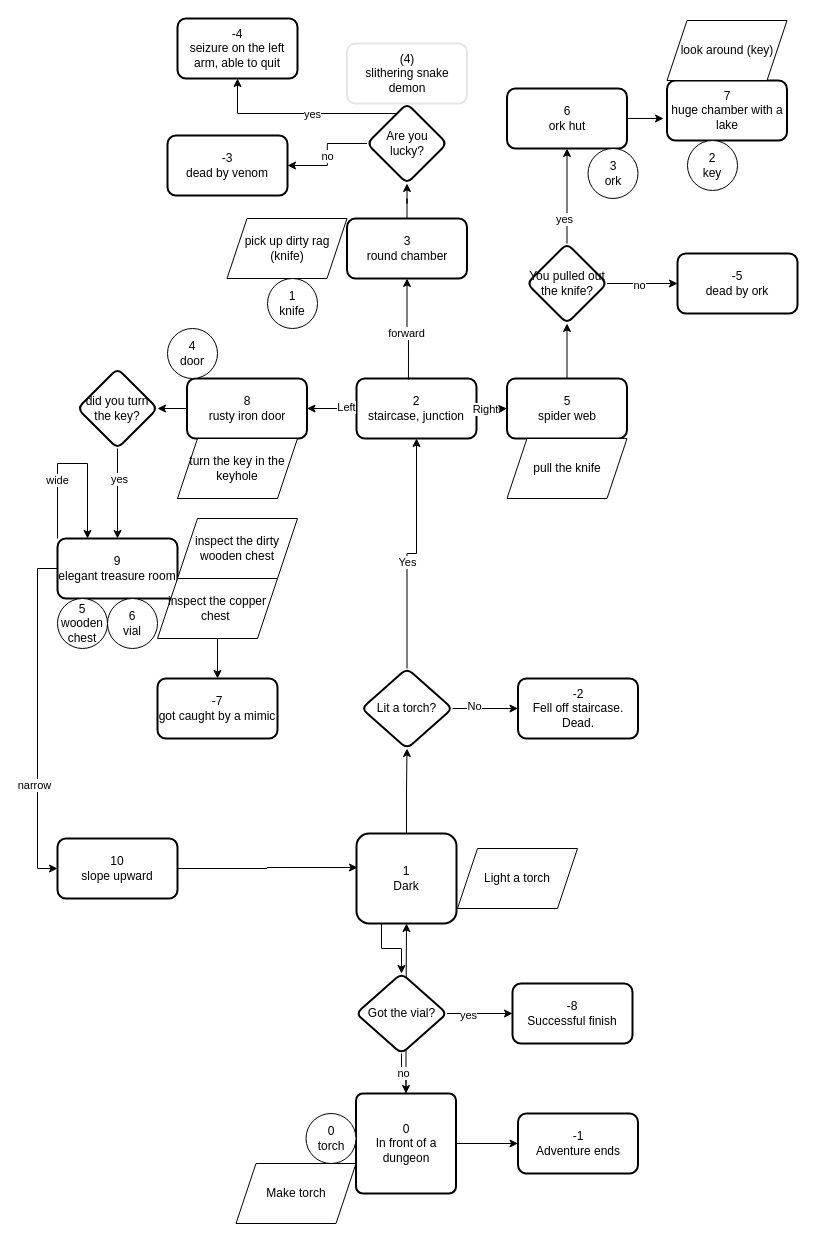
Earlier version of the draw.io diagram page "dungeon flow" (2 of 2) of docs/adventure_engine.drawio (iviczl/adventure). Source tidied: cells renumbered, new cells numbered last; positions are measured from the earlier drawing's top-left corner, leaving out a move shared by most shapes. Both pictures are drawn from the tidied source at 100%, with x=0, y=0 at pixel (57, 18).
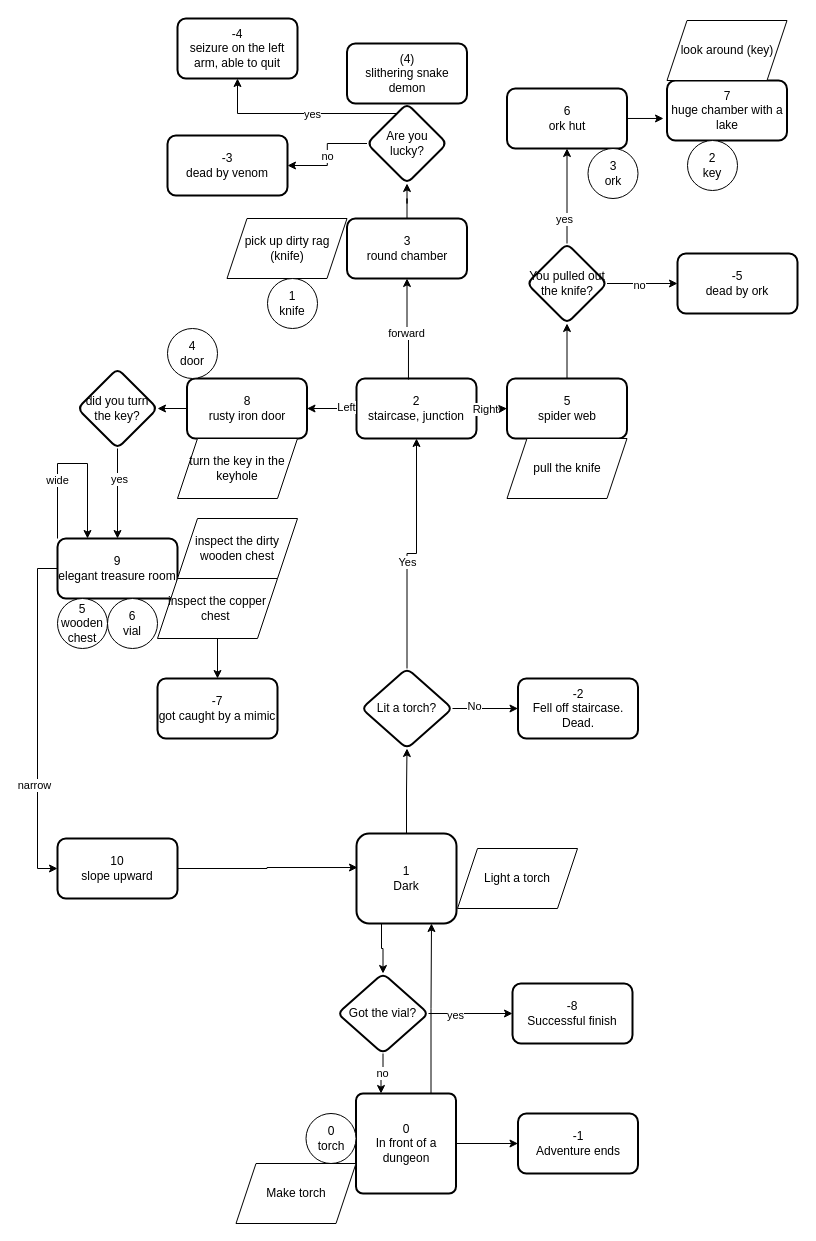
Above is the later version.

Unchanged cells that the change refers to:
```xml
<mxCell id="2" value="0&lt;br&gt;In front of a dungeon" style="rounded=1;whiteSpace=wrap;html=1;absoluteArcSize=1;arcSize=14;strokeWidth=2;" parent="1" vertex="1">
  <mxGeometry x="298.5" y="1075" width="100" height="100" as="geometry" />
</mxCell>
<mxCell id="8" value="1&lt;br&gt;Dark" style="whiteSpace=wrap;html=1;rounded=1;arcSize=14;strokeWidth=2;" parent="1" vertex="1">
  <mxGeometry x="299" y="815" width="100" height="90" as="geometry" />
</mxCell>
```

The edit, as a diff of the source:
```diff
@@
-    <mxCell id="4" style="edgeStyle=orthogonalEdgeStyle;rounded=0;jettySize=auto;html=1;exitX=0.5;exitY=0;exitDx=0;exitDy=0;" parent="1" edge="1" source="2" target="8">
+    <mxCell id="4" style="edgeStyle=orthogonalEdgeStyle;rounded=0;jettySize=auto;html=1;exitX=0.75;exitY=0;exitDx=0;exitDy=0;entryX=0.75;entryY=1;entryDx=0;entryDy=0;" parent="1" edge="1" source="2" target="8">
       <mxGeometry relative="1" as="geometry" />
     </mxCell>
@@
-    <mxCell id="32" value="(4)&lt;br&gt;slithering snake demon" style="whiteSpace=wrap;html=1;rounded=1;arcSize=14;strokeWidth=2;strokeColor=#E6E6E6;" parent="1" vertex="1">
+    <mxCell id="32" value="(4)&lt;br&gt;slithering snake demon" style="whiteSpace=wrap;html=1;rounded=1;arcSize=14;strokeWidth=2;strokeColor=#000000;" parent="1" vertex="1">
       <mxGeometry x="289.5" y="25" width="120" height="60" as="geometry" />
     </mxCell>
@@
-    <mxCell id="69" value="no" style="edgeStyle=orthogonalEdgeStyle;rounded=0;jettySize=auto;html=1;exitX=0.5;exitY=1;exitDx=0;exitDy=0;" parent="1" edge="1" source="70" target="2">
+    <mxCell id="69" value="no" style="edgeStyle=orthogonalEdgeStyle;rounded=0;jettySize=auto;html=1;exitX=0.5;exitY=1;exitDx=0;exitDy=0;entryX=0.25;entryY=0;entryDx=0;entryDy=0;" parent="1" edge="1" source="70" target="2">
       <mxGeometry relative="1" as="geometry" />
     </mxCell>
     <mxCell id="70" value="Got the vial?" style="rhombus;whiteSpace=wrap;html=1;rounded=1;arcSize=14;strokeWidth=2;" parent="1" vertex="1">
-      <mxGeometry x="298.5" y="955" width="91" height="80" as="geometry" />
+      <mxGeometry x="280" y="955" width="91" height="80" as="geometry" />
     </mxCell>
```
